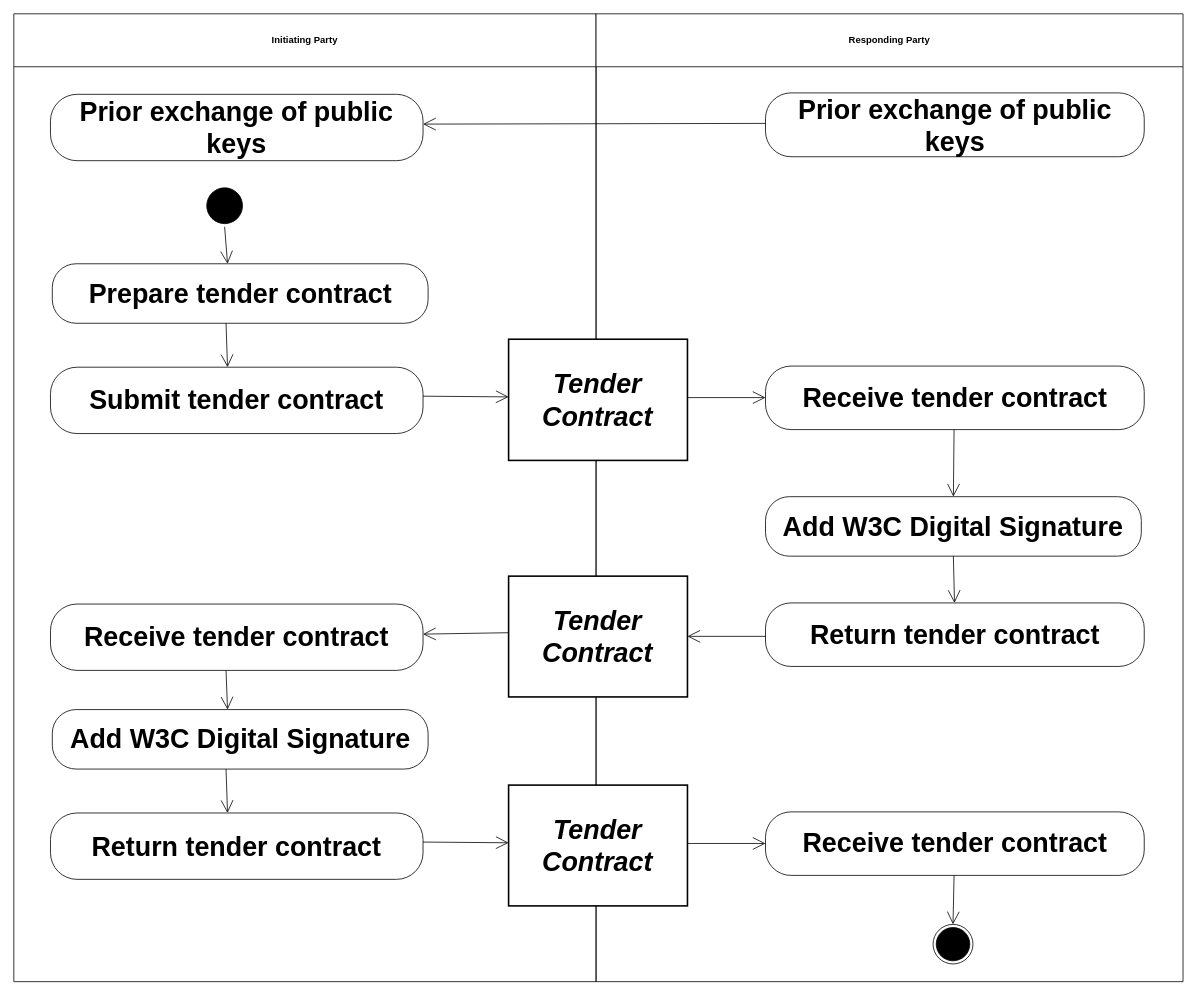
Earlier version of the draw.io diagram diagrams/UBL-2.3-Tender-Contract-Post/UBL-2.3-Tender-Contract-Post.drawio (kduvekot/ubl-work-on-svg-images). Source tidied: cells renumbered, new cells numbered last; positions are measured from the earlier drawing's top-left corner, leaving out a move shared by most shapes. Both pictures are drawn from the tidied source at 79%, with x=0, y=0 at pixel (13, 13).
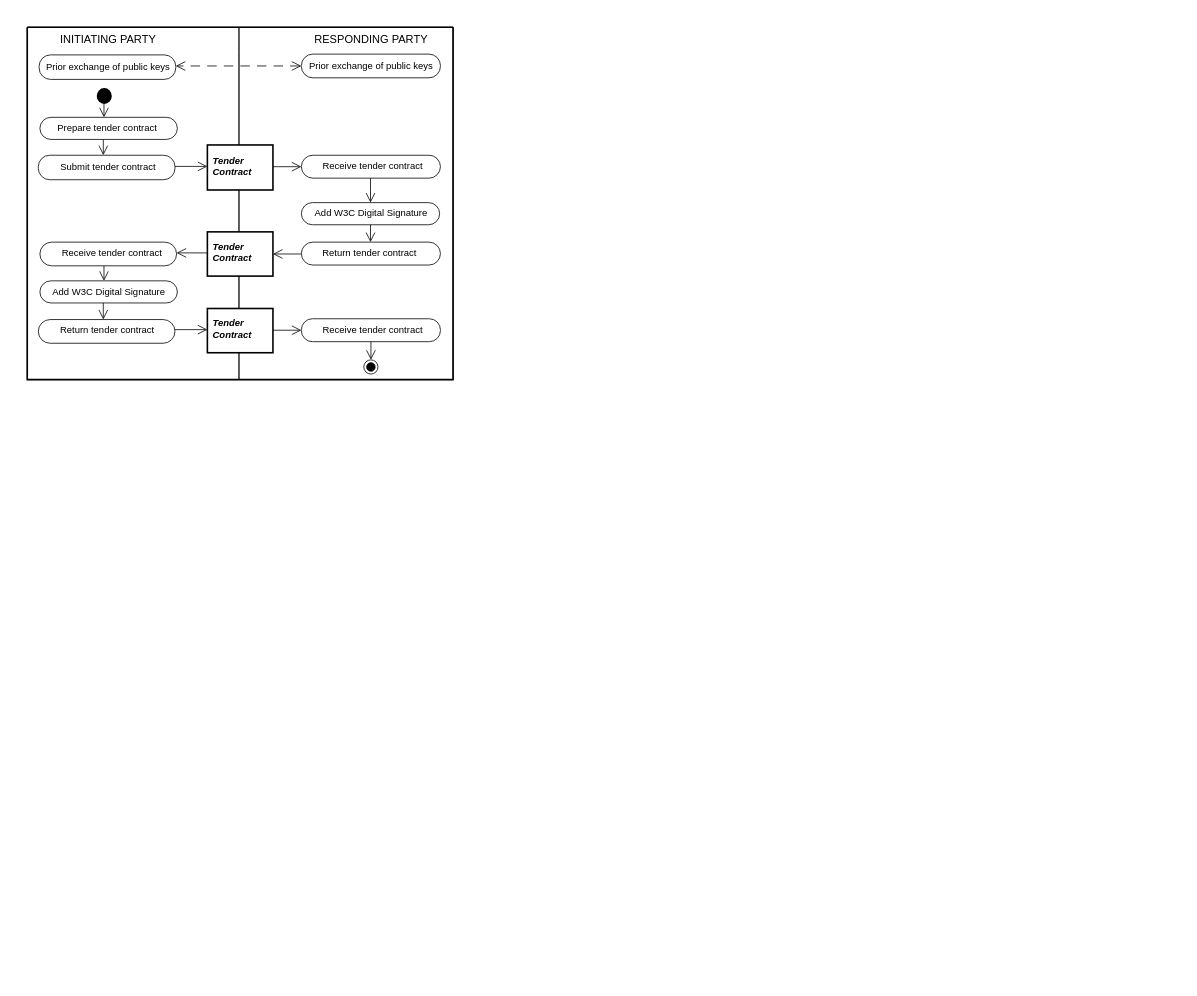
Above is the later version.

Change to the diagram source:
```diff
@@
+    <mxCell id="34" style="swimlane;html=1;startSize=0;whiteSpace=wrap;fillColor=none;strokeWidth=2;" parent="1" vertex="1">
+      <mxGeometry x="17" y="17" width="539" height="446" as="geometry" />
+    </mxCell>
-    <mxCell id="2" value="Initiating Party" style="swimlane;whiteSpace=wrap;html=1;startSize=67;" parent="1" vertex="1">
-      <mxGeometry width="737" height="1225.1" as="geometry" />
+    <mxCell id="2" value="INITIATING PARTY" style="swimlane;horizontal=1;startSize=31;swimlaneLine=0;html=1;fillColor=none;fontSize=14;fontStyle=0;spacing=0;spacingRight=65;" parent="34" vertex="1">
+      <mxGeometry width="268" height="446" as="geometry" />
     </mxCell>
-    <mxCell id="3" value="Responding Party" style="swimlane;whiteSpace=wrap;html=1;startSize=67;" parent="1" vertex="1">
-      <mxGeometry x="737" width="743" height="1225.1" as="geometry" />
+    <mxCell id="3" value="RESPONDING PARTY" style="swimlane;horizontal=1;startSize=32;swimlaneLine=0;html=1;fillColor=none;fontSize=14;fontStyle=0;spacing=0;spacingLeft=62;" parent="34" vertex="1">
+      <mxGeometry x="268" width="271" height="446" as="geometry" />
     </mxCell>
-    <mxCell id="4" value="Prior exchange of public keys" style="rounded=1;arcSize=40;whiteSpace=wrap;html=1;fontStyle=1;fontFamily=Helvetica;fontSize=34;" parent="1" vertex="1">
-      <mxGeometry x="951.5" y="100.1" width="479.4" height="80.8" as="geometry" />
+    <mxCell id="4" value="Prior exchange of public keys" style="rounded=1;absoluteArcSize=1;arcSize=29;html=1;whiteSpace=nowrap;fontSize=12;fontStyle=0;align=center;verticalAlign=middle;spacing=0;" parent="3" vertex="1">
+      <mxGeometry x="79" y="34" width="176" height="30" as="geometry" />
     </mxCell>
-    <mxCell id="5" value="Prior exchange of public keys" style="rounded=1;arcSize=40;whiteSpace=wrap;html=1;fontStyle=1;fontFamily=Helvetica;fontSize=34;" parent="1" vertex="1">
-      <mxGeometry x="46.4" y="101.9" width="471.6" height="84" as="geometry" />
+    <mxCell id="5" value="Prior exchange of public keys" style="rounded=1;absoluteArcSize=1;arcSize=29;html=1;whiteSpace=nowrap;fontSize=12;fontStyle=0;align=center;verticalAlign=middle;spacing=0;spacingBottom=2;" parent="2" vertex="1">
+      <mxGeometry x="15" y="35" width="173" height="31" as="geometry" />
     </mxCell>
-    <mxCell id="6" style="ellipse;html=1;shape=startState;fillColor=#000000;strokeColor=#000000;fontFamily=Helvetica;fontSize=34;" parent="1" vertex="1">
-      <mxGeometry x="240.2" y="216.3" width="53.3" height="53.3" as="geometry" />
+    <mxCell id="6" style="ellipse;shape=startState;fillColor=#000000;strokeColor=none;html=1;" parent="2" vertex="1">
+      <mxGeometry x="84" y="73" width="27" height="28" as="geometry" />
     </mxCell>
-    <mxCell id="7" value="Prepare tender contract" style="rounded=1;arcSize=40;whiteSpace=wrap;html=1;fontStyle=1;fontFamily=Helvetica;fontSize=34;" parent="1" vertex="1">
-      <mxGeometry x="48.7" y="316.4" width="475.7" height="75.3" as="geometry" />
+    <mxCell id="7" value="Prepare tender contract" style="rounded=1;absoluteArcSize=1;arcSize=29;html=1;whiteSpace=nowrap;fontSize=12;fontStyle=0;align=center;verticalAlign=middle;spacing=0;spacingRight=4;" parent="2" vertex="1">
+      <mxGeometry x="16" y="114" width="174" height="28" as="geometry" />
     </mxCell>
-    <mxCell id="8" value="Tender Contract" style="rounded=0;whiteSpace=wrap;html=1;fontStyle=3;strokeWidth=2;fontFamily=Helvetica;fontSize=34;" parent="1" vertex="1">
-      <mxGeometry x="626.3" y="411.9" width="226.4" height="153.4" as="geometry" />
+    <mxCell id="8" value="Tender&lt;br&gt;Contract" style="rounded=0;html=1;whiteSpace=nowrap;fontSize=12;fontStyle=3;align=left;verticalAlign=middle;spacing=0;spacingLeft=7;spacingBottom=4;strokeWidth=2;" parent="3" vertex="1">
+      <mxGeometry x="-40" y="149" width="83" height="57" as="geometry" />
     </mxCell>
-    <mxCell id="9" value="Receive tender contract" style="rounded=1;arcSize=40;whiteSpace=wrap;html=1;fontStyle=1;fontFamily=Helvetica;fontSize=34;" parent="1" vertex="1">
-      <mxGeometry x="951.5" y="445.9" width="479.4" height="80.4" as="geometry" />
+    <mxCell id="9" value="Receive tender contract" style="rounded=1;absoluteArcSize=1;arcSize=29;html=1;whiteSpace=nowrap;fontSize=12;fontStyle=0;align=center;verticalAlign=middle;spacing=0;spacingLeft=4;spacingBottom=1;" parent="3" vertex="1">
+      <mxGeometry x="79" y="162" width="176" height="29" as="geometry" />
     </mxCell>
-    <mxCell id="10" value="Submit tender contract" style="rounded=1;arcSize=40;whiteSpace=wrap;html=1;fontStyle=1;fontFamily=Helvetica;fontSize=34;" parent="1" vertex="1">
-      <mxGeometry x="46.4" y="447.3" width="471.6" height="84" as="geometry" />
+    <mxCell id="10" value="Submit tender contract" style="rounded=1;absoluteArcSize=1;arcSize=29;html=1;whiteSpace=nowrap;fontSize=12;fontStyle=0;align=center;verticalAlign=middle;spacing=0;spacingLeft=2;spacingBottom=2;" parent="2" vertex="1">
+      <mxGeometry x="14" y="162" width="173" height="31" as="geometry" />
     </mxCell>
-    <mxCell id="11" value="Add W3C Digital Signature" style="rounded=1;arcSize=40;whiteSpace=wrap;html=1;fontStyle=1;fontFamily=Helvetica;fontSize=34;" parent="1" vertex="1">
-      <mxGeometry x="951.5" y="611.2" width="475.7" height="75.3" as="geometry" />
+    <mxCell id="11" value="Add W3C Digital Signature" style="rounded=1;absoluteArcSize=1;arcSize=29;html=1;whiteSpace=nowrap;fontSize=12;fontStyle=0;align=center;verticalAlign=middle;spacing=0;" parent="3" vertex="1">
+      <mxGeometry x="79" y="222" width="175" height="28" as="geometry" />
     </mxCell>
-    <mxCell id="12" value="Tender Contract" style="rounded=0;whiteSpace=wrap;html=1;fontStyle=3;strokeWidth=2;fontFamily=Helvetica;fontSize=34;" parent="1" vertex="1">
-      <mxGeometry x="626.3" y="711.8" width="226.4" height="152.9" as="geometry" />
+    <mxCell id="12" value="Tender&lt;br&gt;Contract" style="rounded=0;html=1;whiteSpace=nowrap;fontSize=12;fontStyle=3;align=left;verticalAlign=middle;spacing=0;spacingLeft=7;spacingBottom=4;strokeWidth=2;" parent="3" vertex="1">
+      <mxGeometry x="-40" y="259" width="83" height="56" as="geometry" />
     </mxCell>
-    <mxCell id="13" value="Return tender contract" style="rounded=1;arcSize=40;whiteSpace=wrap;html=1;fontStyle=1;fontFamily=Helvetica;fontSize=34;" parent="1" vertex="1">
-      <mxGeometry x="951.5" y="745.7" width="479.4" height="80.4" as="geometry" />
+    <mxCell id="13" value="Return tender contract" style="rounded=1;absoluteArcSize=1;arcSize=29;html=1;whiteSpace=nowrap;fontSize=12;fontStyle=0;align=center;verticalAlign=middle;spacing=0;spacingRight=4;spacingBottom=1;" parent="3" vertex="1">
+      <mxGeometry x="79" y="272" width="176" height="29" as="geometry" />
     </mxCell>
-    <mxCell id="14" value="Receive tender contract" style="rounded=1;arcSize=40;whiteSpace=wrap;html=1;fontStyle=1;fontFamily=Helvetica;fontSize=34;" parent="1" vertex="1">
-      <mxGeometry x="46.4" y="747.1" width="471.6" height="84" as="geometry" />
+    <mxCell id="14" value="Receive tender contract" style="rounded=1;absoluteArcSize=1;arcSize=30;html=1;whiteSpace=nowrap;fontSize=12;fontStyle=0;align=center;verticalAlign=middle;spacing=0;spacingLeft=8;spacingBottom=2;" parent="2" vertex="1">
+      <mxGeometry x="16" y="272" width="173" height="30" as="geometry" />
     </mxCell>
-    <mxCell id="15" value="Add W3C Digital Signature" style="rounded=1;arcSize=40;whiteSpace=wrap;html=1;fontStyle=1;fontFamily=Helvetica;fontSize=34;" parent="1" vertex="1">
-      <mxGeometry x="48.7" y="880.7" width="475.7" height="75.3" as="geometry" />
+    <mxCell id="15" value="Add W3C Digital Signature" style="rounded=1;absoluteArcSize=1;arcSize=29;html=1;whiteSpace=nowrap;fontSize=12;fontStyle=0;align=center;verticalAlign=middle;spacing=0;spacingBottom=1;" parent="2" vertex="1">
+      <mxGeometry x="16" y="321" width="174" height="28" as="geometry" />
     </mxCell>
-    <mxCell id="16" value="Tender Contract" style="rounded=0;whiteSpace=wrap;html=1;fontStyle=3;strokeWidth=2;fontFamily=Helvetica;fontSize=34;" parent="1" vertex="1">
-      <mxGeometry x="626.3" y="976.3" width="226.4" height="152.9" as="geometry" />
+    <mxCell id="16" value="Tender&lt;br&gt;Contract" style="rounded=0;html=1;whiteSpace=nowrap;fontSize=12;fontStyle=3;align=left;verticalAlign=middle;spacing=0;spacingLeft=7;spacingBottom=4;strokeWidth=2;" parent="3" vertex="1">
+      <mxGeometry x="-40" y="356" width="83" height="56" as="geometry" />
     </mxCell>
-    <mxCell id="17" value="Receive tender contract" style="rounded=1;arcSize=40;whiteSpace=wrap;html=1;fontStyle=1;fontFamily=Helvetica;fontSize=34;" parent="1" vertex="1">
-      <mxGeometry x="951.5" y="1010.2" width="479.4" height="80.4" as="geometry" />
+    <mxCell id="17" value="Receive tender contract" style="rounded=1;absoluteArcSize=1;arcSize=28;html=1;whiteSpace=nowrap;fontSize=12;fontStyle=0;align=center;verticalAlign=middle;spacing=0;spacingLeft=4;spacingBottom=1;" parent="3" vertex="1">
+      <mxGeometry x="79" y="369" width="176" height="29" as="geometry" />
     </mxCell>
-    <mxCell id="18" value="Return tender contract" style="rounded=1;arcSize=40;whiteSpace=wrap;html=1;fontStyle=1;fontFamily=Helvetica;fontSize=34;" parent="1" vertex="1">
-      <mxGeometry x="46.4" y="1011.6" width="471.6" height="84" as="geometry" />
+    <mxCell id="18" value="Return tender contract" style="rounded=1;absoluteArcSize=1;arcSize=30;html=1;whiteSpace=nowrap;fontSize=12;fontStyle=0;align=center;verticalAlign=middle;spacing=0;spacingLeft=1;spacingBottom=2;" parent="2" vertex="1">
+      <mxGeometry x="14" y="370" width="173" height="30" as="geometry" />
     </mxCell>
-    <mxCell id="19" style="ellipse;html=1;shape=endState;fillColor=#000000;strokeColor=#000000;fontFamily=Helvetica;fontSize=34;" parent="1" vertex="1">
-      <mxGeometry x="1163.6" y="1152.6" width="50.5" height="50.1" as="geometry" />
+    <mxCell id="19" style="ellipse;shape=endState;fillColor=#000000;html=1;" parent="3" vertex="1">
+      <mxGeometry x="158" y="421" width="18" height="18" as="geometry" />
     </mxCell>
-    <mxCell id="20" style="edgeStyle=none;rounded=0;html=1;endArrow=open;endFill=0;endSize=14;exitX=0.0;exitY=0.4777;entryX=1.0;entryY=0.4488;" parent="1" edge="1" source="4" target="5">
+    <mxCell id="20" style="edgeStyle=none;rounded=0;html=1;endArrow=open;endFill=0;endSize=10;exitX=0;exitY=0.5;exitPerimeter=0;entryPerimeter=0;startArrow=open;startFill=0;startSize=10;dashed=1;dashPattern=12 9;noJump=1;entryX=1;entryY=0.451613;" parent="34" edge="1" source="4" target="5">
       <mxGeometry relative="1" as="geometry" />
     </mxCell>
-    <mxCell id="21" style="edgeStyle=none;rounded=0;html=1;endArrow=open;endFill=0;endSize=14;exitX=0.4991;exitY=1.0;entryX=0.4663;entryY=0.0;" parent="1" edge="1" source="6" target="7">
+    <mxCell id="21" style="edgeStyle=none;rounded=0;html=1;endArrow=open;endFill=0;endSize=10;exitPerimeter=0;entryX=0.4662;entryY=0;entryPerimeter=0;exitX=0.485881;exitY=0.8545;" parent="2" edge="1" source="6" target="7">
       <mxGeometry relative="1" as="geometry" />
     </mxCell>
-    <mxCell id="22" style="edgeStyle=none;rounded=0;html=1;endArrow=open;endFill=0;endSize=14;exitX=0.4623;exitY=1.0;entryX=0.4752;entryY=0.0;" parent="1" edge="1" source="7" target="10">
+    <mxCell id="22" style="edgeStyle=none;rounded=0;html=1;endArrow=open;endFill=0;endSize=10;exitPerimeter=0;entryX=0.4754;entryY=0;entryPerimeter=0;exitX=0.461174;exitY=1;" parent="2" edge="1" source="7" target="10">
       <mxGeometry relative="1" as="geometry" />
     </mxCell>
-    <mxCell id="23" style="edgeStyle=none;rounded=0;html=1;endArrow=open;endFill=0;endSize=14;exitX=1.0;exitY=0.4369;entryX=0.0;entryY=0.4759;" parent="1" edge="1" source="10" target="8">
+    <mxCell id="23" style="edgeStyle=none;rounded=0;html=1;endArrow=open;endFill=0;endSize=10;exitPerimeter=0;entryX=0;entryY=0.476;entryPerimeter=0;exitX=1;exitY=0.455871;" parent="34" edge="1" source="10" target="8">
       <mxGeometry relative="1" as="geometry" />
     </mxCell>
-    <mxCell id="24" style="edgeStyle=none;rounded=0;html=1;endArrow=open;endFill=0;endSize=14;exitX=1.0;exitY=0.4817;entryX=0.0;entryY=0.4963;" parent="1" edge="1" source="8" target="9">
+    <mxCell id="24" style="edgeStyle=none;rounded=0;html=1;endArrow=open;endFill=0;endSize=10;exitPerimeter=0;entryX=0;entryY=0.5;entryPerimeter=0;exitX=1;exitY=0.482456;" parent="3" edge="1" source="8" target="9">
       <mxGeometry relative="1" as="geometry" />
     </mxCell>
-    <mxCell id="25" style="edgeStyle=none;rounded=0;html=1;endArrow=open;endFill=0;endSize=14;exitX=0.4979;exitY=1.0;entryX=0.4999;entryY=0.0;" parent="1" edge="1" source="9" target="11">
+    <mxCell id="25" style="edgeStyle=none;rounded=0;html=1;endArrow=open;endFill=0;endSize=10;exitPerimeter=0;entryX=0.5;entryY=0;entryPerimeter=0;exitX=0.497159;exitY=1;" parent="3" edge="1" source="9" target="11">
       <mxGeometry relative="1" as="geometry" />
     </mxCell>
-    <mxCell id="26" style="edgeStyle=none;rounded=0;html=1;endArrow=open;endFill=0;endSize=14;exitX=0.4999;exitY=1.0;entryX=0.499;entryY=0.0;" parent="1" edge="1" source="11" target="13">
+    <mxCell id="26" style="edgeStyle=none;rounded=0;html=1;endArrow=open;endFill=0;endSize=10;exitX=0.5;exitY=1;exitPerimeter=0;entryPerimeter=0;entryX=0.497159;entryY=0;" parent="3" edge="1" source="11" target="13">
       <mxGeometry relative="1" as="geometry" />
     </mxCell>
-    <mxCell id="27" style="edgeStyle=none;rounded=0;html=1;endArrow=open;endFill=0;endSize=14;exitX=0.0;exitY=0.4683;entryX=1.0;entryY=0.4536;" parent="1" edge="1" source="12" target="14">
+    <mxCell id="27" style="edgeStyle=none;rounded=0;html=1;endArrow=open;endFill=0;endSize=10;exitPerimeter=0;entryX=1;entryY=0.4545;entryPerimeter=0;exitX=0;exitY=0.475625;" parent="34" edge="1" source="12" target="14">
       <mxGeometry relative="1" as="geometry" />
     </mxCell>
-    <mxCell id="28" style="edgeStyle=none;rounded=0;html=1;endArrow=open;endFill=0;endSize=14;exitX=0.0;exitY=0.5261;entryX=1.0;entryY=0.4984;" parent="1" edge="1" source="13" target="12">
+    <mxCell id="28" style="edgeStyle=none;rounded=0;html=1;endArrow=open;endFill=0;endSize=10;exitPerimeter=0;entryX=1;entryY=0.5;entryPerimeter=0;exitX=0;exitY=0.517241;" parent="3" edge="1" source="13" target="12">
       <mxGeometry relative="1" as="geometry" />
     </mxCell>
-    <mxCell id="29" style="edgeStyle=none;rounded=0;html=1;endArrow=open;endFill=0;endSize=14;exitX=0.4712;exitY=1.0;entryX=0.4663;entryY=0.0;" parent="1" edge="1" source="14" target="15">
+    <mxCell id="29" style="edgeStyle=none;rounded=0;html=1;endArrow=open;endFill=0;endSize=10;exitPerimeter=0;entryX=0.4662;entryY=0;entryPerimeter=0;exitX=0.468895;exitY=1;" parent="2" edge="1" source="14" target="15">
       <mxGeometry relative="1" as="geometry" />
     </mxCell>
-    <mxCell id="30" style="edgeStyle=none;rounded=0;html=1;endArrow=open;endFill=0;endSize=14;exitX=0.4623;exitY=1.0;entryX=0.4752;entryY=0.0;" parent="1" edge="1" source="15" target="18">
+    <mxCell id="30" style="edgeStyle=none;rounded=0;html=1;endArrow=open;endFill=0;endSize=10;exitPerimeter=0;entryX=0.4754;entryY=0;entryPerimeter=0;exitX=0.461174;exitY=1;" parent="2" edge="1" source="15" target="18">
       <mxGeometry relative="1" as="geometry" />
     </mxCell>
-    <mxCell id="31" style="edgeStyle=none;rounded=0;html=1;endArrow=open;endFill=0;endSize=14;exitX=1.0;exitY=0.4381;entryX=0.0;entryY=0.4774;" parent="1" edge="1" source="18" target="16">
+    <mxCell id="31" style="edgeStyle=none;rounded=0;html=1;endArrow=open;endFill=0;endSize=10;exitPerimeter=0;entryX=0;entryY=0.4777;entryPerimeter=0;exitX=1;exitY=0.42504;" parent="34" edge="1" source="18" target="16">
       <mxGeometry relative="1" as="geometry" />
     </mxCell>
-    <mxCell id="32" style="edgeStyle=none;rounded=0;html=1;endArrow=open;endFill=0;endSize=14;exitX=1.0;exitY=0.4833;entryX=0.0;entryY=0.4975;" parent="1" edge="1" source="16" target="17">
+    <mxCell id="32" style="edgeStyle=none;rounded=0;html=1;endArrow=open;endFill=0;endSize=10;exitPerimeter=0;entryX=0;entryY=0.5;entryPerimeter=0;exitX=1;exitY=0.491071;" parent="3" edge="1" source="16" target="17">
       <mxGeometry relative="1" as="geometry" />
     </mxCell>
-    <mxCell id="33" style="edgeStyle=none;rounded=0;html=1;endArrow=open;endFill=0;endSize=14;exitX=0.4979;exitY=1.0;entryX=0.501;entryY=0.0;" parent="1" edge="1" source="17" target="19">
+    <mxCell id="33" style="edgeStyle=none;rounded=0;html=1;endArrow=open;endFill=0;endSize=10;exitPerimeter=0;entryX=0.5027;entryY=0;entryPerimeter=0;exitX=0.500276;exitY=1;" parent="3" edge="1" source="17" target="19">
       <mxGeometry relative="1" as="geometry" />
     </mxCell>
```
